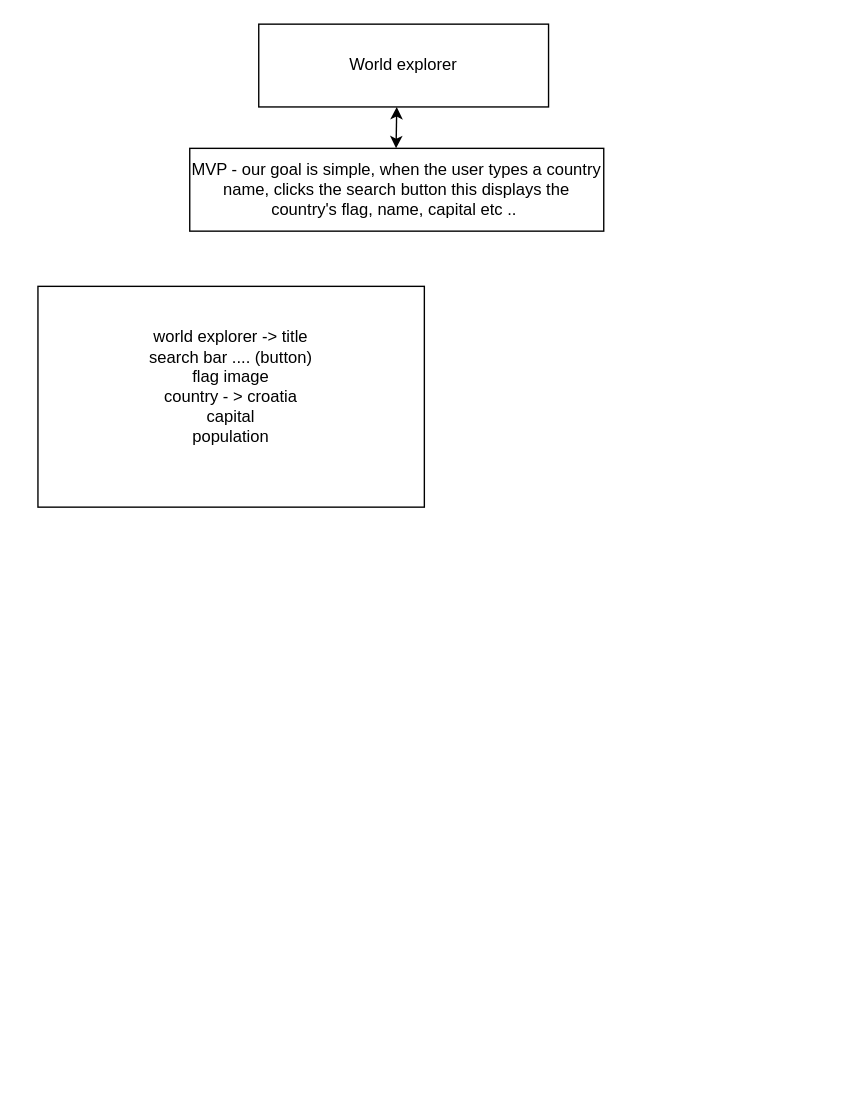
lienekl/challenge-5-group-work keeps this draw.io diagram as prototype.drawio. Above is the earlier version. Source tidied: cells renumbered, new cells numbered last; positions are measured from the earlier drawing's top-left corner, leaving out a move shared by most shapes. Both pictures are drawn from the tidied source at 138%, with x=0, y=0 at pixel (37, 23).
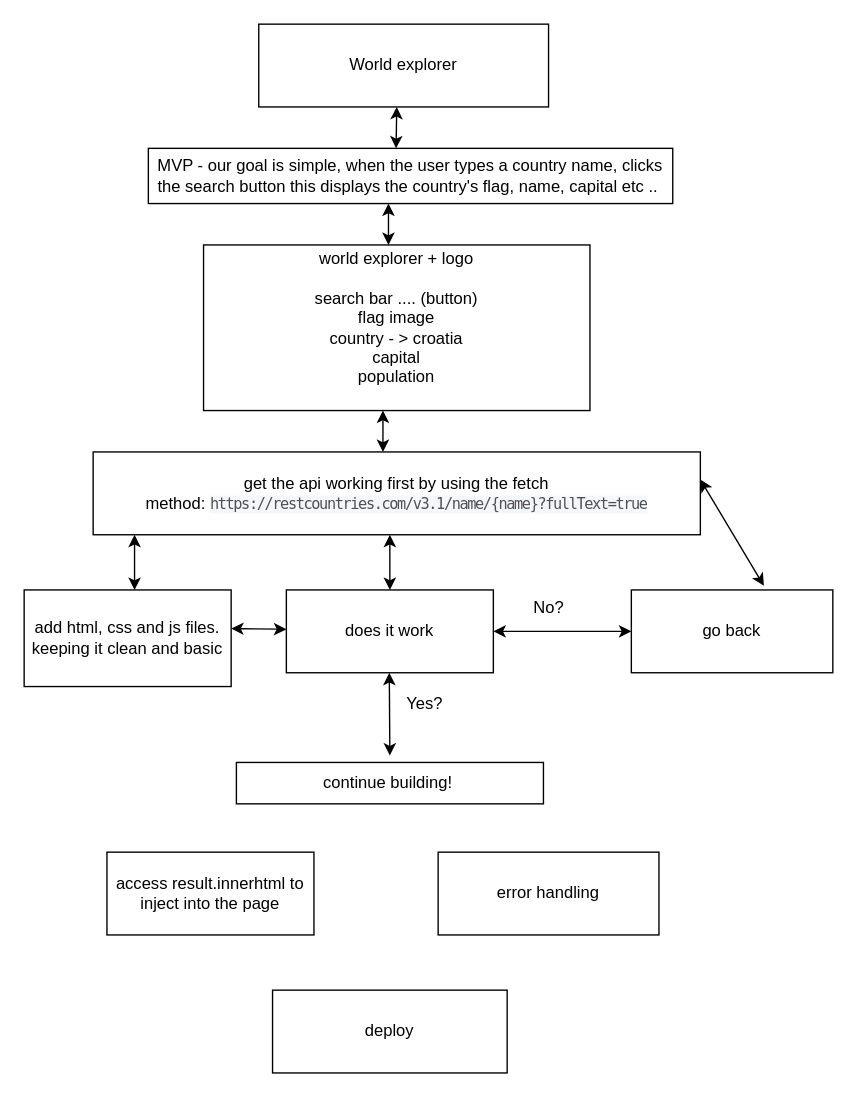
The same diagram, later.

Change to the diagram source:
```diff
@@
     <mxCell id="3" value="MVP - our goal is simple, when the user types a country name, clicks the search button this displays the country's flag, name, capital etc ..&amp;nbsp;" style="rounded=0;whiteSpace=wrap;html=1;" parent="1" vertex="1">
-      <mxGeometry x="110" y="90" width="300" height="60" as="geometry" />
+      <mxGeometry x="80" y="90" width="380" height="40" as="geometry" />
     </mxCell>
-    <mxCell id="4" value="world explorer -&amp;gt; title&lt;div&gt;search bar .... (button)&lt;/div&gt;&lt;div&gt;flag image&lt;/div&gt;&lt;div&gt;country - &amp;gt; croatia&lt;/div&gt;&lt;div&gt;capital&lt;/div&gt;&lt;div&gt;population&lt;/div&gt;&lt;div&gt;&lt;br&gt;&lt;/div&gt;" style="rounded=0;whiteSpace=wrap;html=1;" parent="1" vertex="1">
-      <mxGeometry y="190" width="280" height="160" as="geometry" />
+    <mxCell id="4" value="world explorer + logo&lt;div&gt;&lt;font color=&quot;#000000&quot;&gt;&lt;br&gt;&lt;/font&gt;&lt;div&gt;search bar .... (button)&lt;/div&gt;&lt;div&gt;flag image&lt;/div&gt;&lt;div&gt;country - &amp;gt; croatia&lt;/div&gt;&lt;div&gt;capital&lt;/div&gt;&lt;div&gt;population&lt;/div&gt;&lt;div&gt;&lt;br&gt;&lt;/div&gt;&lt;/div&gt;" style="rounded=0;whiteSpace=wrap;html=1;" parent="1" vertex="1">
+      <mxGeometry x="120" y="160" width="280" height="120" as="geometry" />
     </mxCell>
@@
+    <mxCell id="6" value="get the api working first by using the fetch method:&amp;nbsp;&lt;span style=&quot;color: rgb(80, 80, 80); font-family: Menlo, monospace; font-size: 11.05px; letter-spacing: -1px; text-align: start; white-space: pre; background-color: rgb(243, 246, 251);&quot;&gt;https://restcountries.com/v3.1/name/{name}?fullText=true&lt;/span&gt;" style="rounded=0;whiteSpace=wrap;html=1;" parent="1" vertex="1">
+      <mxGeometry x="40" y="310" width="440" height="60" as="geometry" />
+    </mxCell>
+    <mxCell id="7" value="add html, css and js files. keeping it clean and basic" style="rounded=0;whiteSpace=wrap;html=1;" parent="1" vertex="1">
+      <mxGeometry x="-10" y="410" width="150" height="70" as="geometry" />
+    </mxCell>
+    <mxCell id="8" value="does it work" style="rounded=0;whiteSpace=wrap;html=1;" parent="1" vertex="1">
+      <mxGeometry x="180" y="410" width="150" height="60" as="geometry" />
+    </mxCell>
+    <mxCell id="9" value="go back" style="rounded=0;whiteSpace=wrap;html=1;" parent="1" vertex="1">
+      <mxGeometry x="430" y="410" width="146" height="60" as="geometry" />
+    </mxCell>
+    <mxCell id="10" style="endArrow=classic;startArrow=classic;html=1;entryX=0.536;entryY=0.833;entryDx=0;entryDy=0;entryPerimeter=0;" parent="1" edge="1">
+      <mxGeometry relative="1" as="geometry">
+        <mxPoint x="255" y="530" as="sourcePoint" />
+        <mxPoint x="254.6" y="470" as="targetPoint" />
+      </mxGeometry>
+    </mxCell>
+    <mxCell id="11" style="endArrow=classic;startArrow=classic;html=1;exitX=1;exitY=0.5;exitDx=0;exitDy=0;" parent="1" edge="1" source="8">
+      <mxGeometry relative="1" as="geometry">
+        <mxPoint x="430" y="440" as="targetPoint" />
+      </mxGeometry>
+    </mxCell>
+    <mxCell id="12" value="No?" style="text;html=1;align=center;verticalAlign=middle;strokeColor=none;fillColor=none;" parent="1" vertex="1">
+      <mxGeometry x="345" y="408" width="50" height="30" as="geometry" />
+    </mxCell>
+    <mxCell id="13" style="endArrow=classic;startArrow=classic;html=1;entryX=0.658;entryY=-0.05;entryDx=0;entryDy=0;entryPerimeter=0;" parent="1" edge="1" target="9">
+      <mxGeometry relative="1" as="geometry">
+        <mxPoint x="480" y="330" as="sourcePoint" />
+      </mxGeometry>
+    </mxCell>
+    <mxCell id="14" value="Yes?" style="text;html=1;align=center;verticalAlign=middle;strokeColor=none;fillColor=none;" parent="1" vertex="1">
+      <mxGeometry x="255" y="478" width="50" height="30" as="geometry" />
+    </mxCell>
+    <mxCell id="15" value="continue building!&amp;nbsp;" style="rounded=0;whiteSpace=wrap;html=1;" parent="1" vertex="1">
+      <mxGeometry x="143.8" y="535" width="222.5" height="30" as="geometry" />
+    </mxCell>
+    <mxCell id="16" style="endArrow=classic;startArrow=classic;html=1;entryX=0;entryY=0.25;entryDx=0;entryDy=0;" parent="1" edge="1">
+      <mxGeometry relative="1" as="geometry">
+        <mxPoint x="180" y="438.5" as="sourcePoint" />
+        <mxPoint x="140" y="438" as="targetPoint" />
+      </mxGeometry>
+    </mxCell>
+    <mxCell id="17" style="endArrow=classic;startArrow=classic;html=1;" parent="1" edge="1">
+      <mxGeometry relative="1" as="geometry">
+        <mxPoint x="255" y="410" as="sourcePoint" />
+        <mxPoint x="255" y="370" as="targetPoint" />
+      </mxGeometry>
+    </mxCell>
+    <mxCell id="18" style="endArrow=classic;startArrow=classic;html=1;" parent="1" edge="1">
+      <mxGeometry relative="1" as="geometry">
+        <mxPoint x="70" y="410" as="sourcePoint" />
+        <mxPoint x="70" y="370" as="targetPoint" />
+      </mxGeometry>
+    </mxCell>
+    <mxCell id="19" style="endArrow=classic;startArrow=classic;html=1;" parent="1" edge="1">
+      <mxGeometry relative="1" as="geometry">
+        <mxPoint x="250" y="310" as="sourcePoint" />
+        <mxPoint x="250" y="280" as="targetPoint" />
+      </mxGeometry>
+    </mxCell>
+    <mxCell id="20" style="endArrow=classic;startArrow=classic;html=1;" parent="1" edge="1">
+      <mxGeometry relative="1" as="geometry">
+        <mxPoint x="254" y="160" as="sourcePoint" />
+        <mxPoint x="254" y="130" as="targetPoint" />
+      </mxGeometry>
+    </mxCell>
+    <mxCell id="21" value="access result.innerhtml to inject into the page" style="rounded=0;whiteSpace=wrap;html=1;" parent="1" vertex="1">
+      <mxGeometry x="50" y="600" width="150" height="60" as="geometry" />
+    </mxCell>
+    <mxCell id="22" value="error handling" style="rounded=0;whiteSpace=wrap;html=1;" parent="1" vertex="1">
+      <mxGeometry x="290" y="600" width="160" height="60" as="geometry" />
+    </mxCell>
+    <mxCell id="23" value="deploy" style="rounded=0;whiteSpace=wrap;html=1;" parent="1" vertex="1">
+      <mxGeometry x="170" y="700" width="170" height="60" as="geometry" />
+    </mxCell>
```
